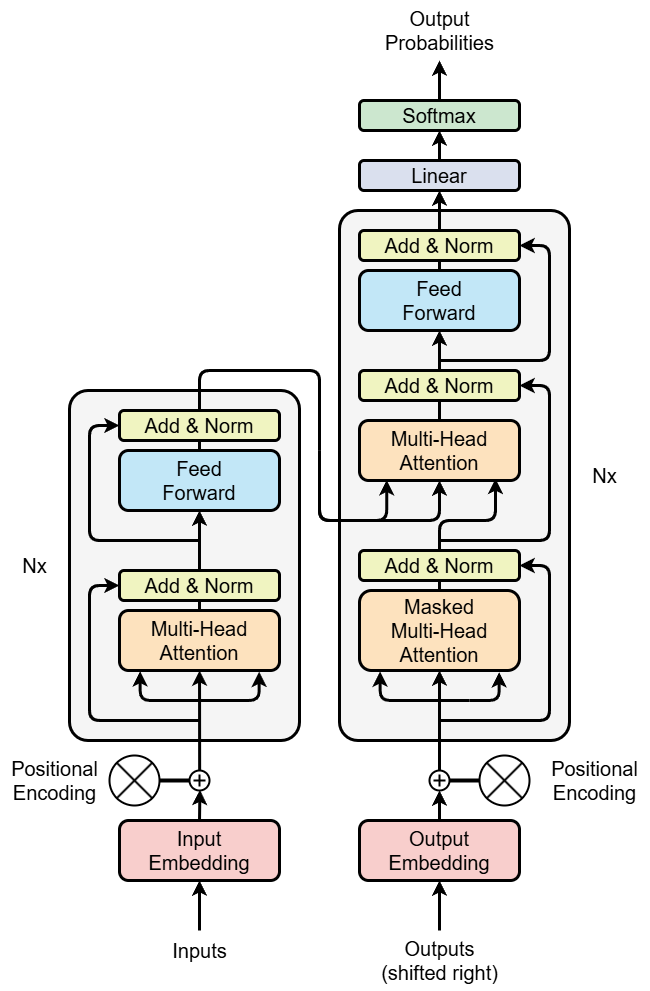
This is Transformer/transformer-transformer.drawio.png from EarthWind/deeparch, a draw.io export, as it was before one commit. Source tidied: cells renumbered, new cells last; positions are measured from the earlier drawing's top-left corner, leaving out a move shared by most shapes.
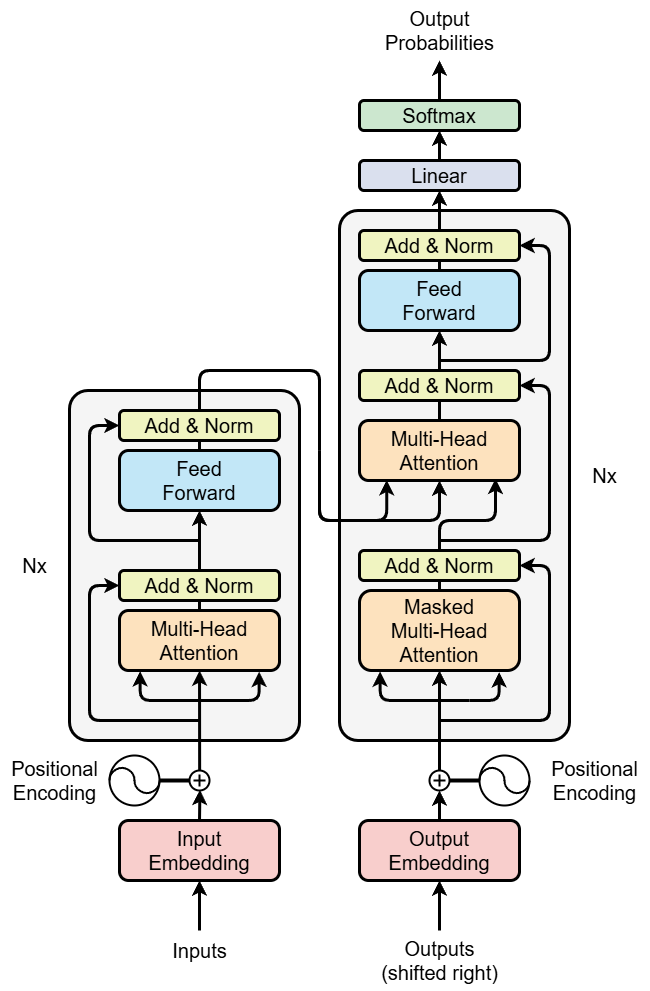
After the commit.

Commit message:
fix transformer: modify the embedding icon in the Transformer architecture diagram.

Diff of the diagram source:
```diff
@@ -25,11 +25,9 @@
     <mxCell id="8" style="endArrow=classic;html=1;rounded=0;strokeWidth=3;exitX=0.507;exitY=-0.016;exitDx=0;exitDy=0;exitPerimeter=0;" parent="1" edge="1" source="52" target="7">
       <mxGeometry relative="1" as="geometry" />
     </mxCell>
-    <mxCell id="9" style="verticalLabelPosition=bottom;verticalAlign=top;html=1;shape=mxgraph.flowchart.or;strokeWidth=2;" parent="1" vertex="1">
-      <mxGeometry x="110" y="755" width="50" height="50" as="geometry" />
-    </mxCell>
-    <mxCell id="10" style="endArrow=none;html=1;rounded=0;exitX=1;exitY=0.5;exitDx=0;exitDy=0;exitPerimeter=0;entryX=0;entryY=0.5;entryDx=0;entryDy=0;entryPerimeter=0;strokeWidth=4;" parent="1" edge="1" source="9">
+    <mxCell id="10" style="endArrow=none;html=1;rounded=0;exitX=1;exitY=0.5;exitDx=0;exitDy=0;exitPerimeter=0;entryX=0;entryY=0.5;entryDx=0;entryDy=0;entryPerimeter=0;strokeWidth=4;" parent="1" edge="1">
       <mxGeometry relative="1" as="geometry">
+        <mxPoint x="160" y="780" as="sourcePoint" />
         <mxPoint x="190" y="780" as="targetPoint" />
       </mxGeometry>
     </mxCell>
@@ -116,11 +114,9 @@
         <mxPoint x="440" y="770" as="sourcePoint" />
       </mxGeometry>
     </mxCell>
-    <mxCell id="30" style="verticalLabelPosition=bottom;verticalAlign=top;html=1;shape=mxgraph.flowchart.or;strokeWidth=2;" parent="1" vertex="1">
-      <mxGeometry x="480" y="755" width="50" height="50" as="geometry" />
-    </mxCell>
-    <mxCell id="31" style="endArrow=none;html=1;rounded=0;strokeWidth=4;exitX=0;exitY=0.5;exitDx=0;exitDy=0;exitPerimeter=0;" parent="1" edge="1" source="30">
+    <mxCell id="31" style="endArrow=none;html=1;rounded=0;strokeWidth=4;exitX=0;exitY=0.5;exitDx=0;exitDy=0;exitPerimeter=0;" parent="1" edge="1">
       <mxGeometry relative="1" as="geometry">
+        <mxPoint x="480" y="780" as="sourcePoint" />
         <mxPoint x="450" y="780" as="targetPoint" />
       </mxGeometry>
     </mxCell>
@@ -257,5 +253,29 @@
     <mxCell id="59" value="&lt;span style=&quot;font-size: 20px;&quot;&gt;Output&lt;/span&gt;&lt;div&gt;&lt;span style=&quot;font-size: 20px;&quot;&gt;Probabilities&lt;/span&gt;&lt;/div&gt;" style="text;html=1;align=center;verticalAlign=middle;strokeColor=none;fillColor=none;" parent="1" vertex="1">
       <mxGeometry x="375" width="130" height="60" as="geometry" />
     </mxCell>
+    <mxCell id="60" style="group;" parent="1" vertex="1">
+      <mxGeometry x="110" y="755" width="50" height="50" as="geometry" />
+    </mxCell>
+    <mxCell id="61" style="ellipse;whiteSpace=wrap;html=1;strokeWidth=2;" parent="60" vertex="1">
+      <mxGeometry width="50" height="50" as="geometry" />
+    </mxCell>
+    <mxCell id="62" style="verticalLabelPosition=bottom;verticalAlign=top;html=1;shape=mxgraph.basic.arc;startAngle=0.5015914963824541;endAngle=0.005077689567513903;rotation=90;strokeWidth=2;" parent="60" vertex="1">
+      <mxGeometry y="12.5" width="25" height="25" as="geometry" />
+    </mxCell>
+    <mxCell id="63" style="verticalLabelPosition=bottom;verticalAlign=top;html=1;shape=mxgraph.basic.arc;startAngle=0.5015914963824541;endAngle=0.005077689567513903;rotation=-90;strokeWidth=2;" parent="60" vertex="1">
+      <mxGeometry x="25" y="12.5" width="25" height="25" as="geometry" />
+    </mxCell>
+    <mxCell id="64" style="group;" parent="1" vertex="1">
+      <mxGeometry x="480" y="755" width="50" height="50" as="geometry" />
+    </mxCell>
+    <mxCell id="65" style="ellipse;whiteSpace=wrap;html=1;strokeWidth=2;" parent="64" vertex="1">
+      <mxGeometry width="50" height="50" as="geometry" />
+    </mxCell>
+    <mxCell id="66" style="verticalLabelPosition=bottom;verticalAlign=top;html=1;shape=mxgraph.basic.arc;startAngle=0.5015914963824541;endAngle=0.005077689567513903;rotation=90;strokeWidth=2;" parent="64" vertex="1">
+      <mxGeometry y="12.5" width="25" height="25" as="geometry" />
+    </mxCell>
+    <mxCell id="67" style="verticalLabelPosition=bottom;verticalAlign=top;html=1;shape=mxgraph.basic.arc;startAngle=0.5015914963824541;endAngle=0.005077689567513903;rotation=-90;strokeWidth=2;" parent="64" vertex="1">
+      <mxGeometry x="25" y="12.5" width="25" height="25" as="geometry" />
+    </mxCell>
   </root>
 </mxGraphModel>
```
